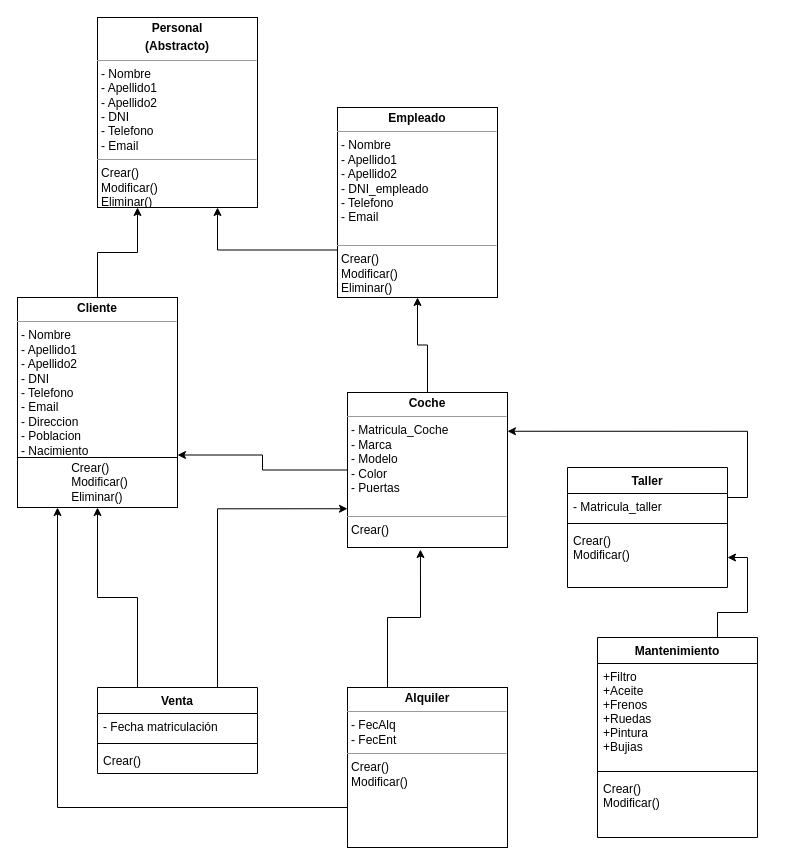
The draw.io diagram Diagrama de caso de uso/Diagrama de Clases.drawio in ProyectoIntegrado/Proyecto, before the edit. Source tidied: cells renumbered, new cells numbered last; positions are measured from the earlier drawing's top-left corner, leaving out a move shared by most shapes. Both pictures are drawn from the tidied source at 100%, with x=0, y=0 at pixel (17, 17).
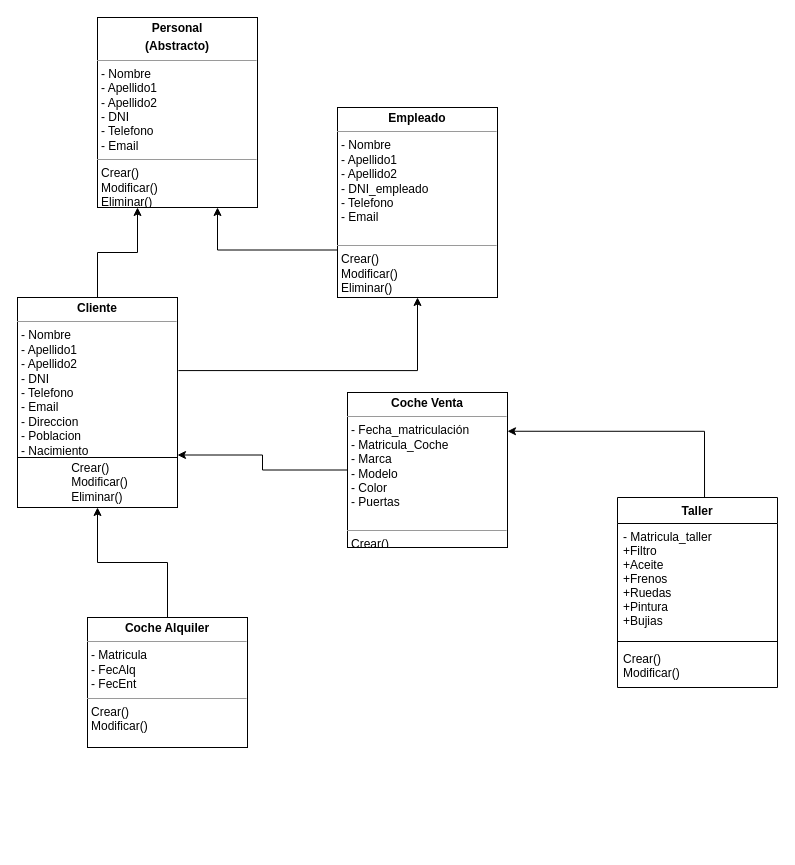
Above is the later version.

Unchanged cells that the change refers to:
```xml
<mxCell id="4" value="&lt;p style=&quot;margin: 4px 0px 0px ; text-align: center&quot;&gt;&lt;b&gt;Empleado&lt;/b&gt;&lt;br&gt;&lt;/p&gt;&lt;hr size=&quot;1&quot;&gt;&lt;p style=&quot;margin: 0px 0px 0px 4px&quot;&gt;- Nombre&lt;br&gt;&lt;/p&gt;&lt;p style=&quot;margin: 0px 0px 0px 4px&quot;&gt;- Apellido1&lt;/p&gt;&lt;p style=&quot;margin: 0px 0px 0px 4px&quot;&gt;- Apellido2&lt;/p&gt;&lt;p style=&quot;margin: 0px 0px 0px 4px&quot;&gt;- DNI_empleado&lt;/p&gt;&lt;p style=&quot;margin: 0px 0px 0px 4px&quot;&gt;- Telefono&lt;/p&gt;&lt;p style=&quot;margin: 0px 0px 0px 4px&quot;&gt;- Email&lt;/p&gt;&lt;p style=&quot;margin: 0px 0px 0px 4px&quot;&gt;&lt;br&gt;&lt;/p&gt;&lt;hr size=&quot;1&quot;&gt;&lt;p style=&quot;margin: 0px 0px 0px 4px&quot;&gt;Crear()&lt;/p&gt;&lt;p style=&quot;margin: 0px 0px 0px 4px&quot;&gt;Modificar()&lt;/p&gt;&lt;p style=&quot;margin: 0px 0px 0px 4px&quot;&gt;Eliminar()&lt;/p&gt;" style="verticalAlign=top;align=left;overflow=fill;fontSize=12;fontFamily=Helvetica;html=1;" parent="1" vertex="1">
  <mxGeometry x="320" y="90" width="160" height="190" as="geometry" />
</mxCell>
<mxCell id="6" value="&lt;p style=&quot;margin: 4px 0px 0px ; text-align: center&quot;&gt;&lt;b&gt;Cliente&lt;/b&gt;&lt;/p&gt;&lt;hr size=&quot;1&quot;&gt;&lt;p style=&quot;margin: 0px 0px 0px 4px&quot;&gt;- Nombre&lt;br&gt;&lt;/p&gt;&lt;p style=&quot;margin: 0px 0px 0px 4px&quot;&gt;- Apellido1&lt;/p&gt;&lt;p style=&quot;margin: 0px 0px 0px 4px&quot;&gt;- Apellido2&lt;/p&gt;&lt;p style=&quot;margin: 0px 0px 0px 4px&quot;&gt;- DNI&lt;/p&gt;&lt;p style=&quot;margin: 0px 0px 0px 4px&quot;&gt;- Telefono&lt;/p&gt;&lt;p style=&quot;margin: 0px 0px 0px 4px&quot;&gt;- Email&lt;/p&gt;&lt;p style=&quot;margin: 0px 0px 0px 4px&quot;&gt;- Direccion&lt;br&gt;&lt;/p&gt;&lt;p style=&quot;margin: 0px 0px 0px 4px&quot;&gt;- Poblacion&lt;br&gt;&lt;/p&gt;&lt;p style=&quot;margin: 0px 0px 0px 4px&quot;&gt;- Nacimiento&lt;br&gt;&lt;/p&gt;" style="verticalAlign=top;align=left;overflow=fill;fontSize=12;fontFamily=Helvetica;html=1;" parent="1" vertex="1">
  <mxGeometry y="280" width="160" height="210" as="geometry" />
</mxCell>
```

The edit, as a diff of the source:
```diff
@@
-    <mxCell id="8" style="edgeStyle=orthogonalEdgeStyle;rounded=0;jettySize=auto;html=1;entryX=0.5;entryY=1;entryDx=0;entryDy=0;" parent="1" edge="1" source="9" target="4">
+    <mxCell id="8" style="edgeStyle=orthogonalEdgeStyle;rounded=0;jettySize=auto;html=1;entryX=0.5;entryY=1;entryDx=0;entryDy=0;exitX=1.006;exitY=0.348;exitDx=0;exitDy=0;exitPerimeter=0;" parent="1" edge="1" source="6" target="4">
       <mxGeometry relative="1" as="geometry" />
     </mxCell>
-    <mxCell id="9" value="&lt;p style=&quot;margin: 4px 0px 0px ; text-align: center&quot;&gt;&lt;b&gt;Coche&lt;/b&gt;&lt;br&gt;&lt;/p&gt;&lt;hr size=&quot;1&quot;&gt;&lt;p style=&quot;margin: 0px 0px 0px 4px&quot;&gt;- Matricula_Coche&lt;br&gt;&lt;/p&gt;&lt;p style=&quot;margin: 0px 0px 0px 4px&quot;&gt;- Marca&lt;/p&gt;&lt;p style=&quot;margin: 0px 0px 0px 4px&quot;&gt;- Modelo&lt;/p&gt;&lt;p style=&quot;margin: 0px 0px 0px 4px&quot;&gt;- Color&lt;/p&gt;&lt;p style=&quot;margin: 0px 0px 0px 4px&quot;&gt;- Puertas&lt;/p&gt;&lt;p style=&quot;margin: 0px 0px 0px 4px&quot;&gt;&lt;br&gt;&lt;/p&gt;&lt;hr size=&quot;1&quot;&gt;&lt;p style=&quot;margin: 0px 0px 0px 4px&quot;&gt;Crear()&lt;/p&gt;&lt;p style=&quot;margin: 0px 0px 0px 4px&quot;&gt;&lt;br&gt;&lt;/p&gt;&lt;p style=&quot;margin: 0px 0px 0px 4px&quot;&gt;&lt;br&gt;&lt;/p&gt;" style="verticalAlign=top;align=left;overflow=fill;fontSize=12;fontFamily=Helvetica;html=1;" parent="1" vertex="1">
+    <mxCell id="9" value="&lt;p style=&quot;margin: 4px 0px 0px ; text-align: center&quot;&gt;&lt;b&gt;Coche Venta&lt;/b&gt;&lt;br&gt;&lt;/p&gt;&lt;hr size=&quot;1&quot;&gt;&lt;p style=&quot;margin: 0px 0px 0px 4px&quot;&gt;- Fecha_matriculación&lt;/p&gt;&lt;p style=&quot;margin: 0px 0px 0px 4px&quot;&gt;- Matricula_Coche&lt;br&gt;&lt;/p&gt;&lt;p style=&quot;margin: 0px 0px 0px 4px&quot;&gt;- Marca&lt;/p&gt;&lt;p style=&quot;margin: 0px 0px 0px 4px&quot;&gt;- Modelo&lt;/p&gt;&lt;p style=&quot;margin: 0px 0px 0px 4px&quot;&gt;- Color&lt;/p&gt;&lt;p style=&quot;margin: 0px 0px 0px 4px&quot;&gt;- Puertas&lt;/p&gt;&lt;p style=&quot;margin: 0px 0px 0px 4px&quot;&gt;&lt;br&gt;&lt;/p&gt;&lt;hr size=&quot;1&quot;&gt;&lt;p style=&quot;margin: 0px 0px 0px 4px&quot;&gt;Crear()&lt;/p&gt;&lt;p style=&quot;margin: 0px 0px 0px 4px&quot;&gt;&lt;br&gt;&lt;/p&gt;&lt;p style=&quot;margin: 0px 0px 0px 4px&quot;&gt;&lt;br&gt;&lt;/p&gt;" style="verticalAlign=top;align=left;overflow=fill;fontSize=12;fontFamily=Helvetica;html=1;" parent="1" vertex="1">
       <mxGeometry x="330" y="375" width="160" height="155" as="geometry" />
     </mxCell>
-    <mxCell id="10" style="edgeStyle=orthogonalEdgeStyle;rounded=0;jettySize=auto;html=1;exitX=0;exitY=0.75;exitDx=0;exitDy=0;entryX=0.25;entryY=1;entryDx=0;entryDy=0;" parent="1" edge="1" source="12" target="6">
-      <mxGeometry relative="1" as="geometry" />
-    </mxCell>
-    <mxCell id="11" style="edgeStyle=orthogonalEdgeStyle;rounded=0;jettySize=auto;html=1;exitX=0.25;exitY=0;exitDx=0;exitDy=0;entryX=0.456;entryY=1.013;entryDx=0;entryDy=0;entryPerimeter=0;" parent="1" edge="1" source="12" target="9">
-      <mxGeometry relative="1" as="geometry" />
-    </mxCell>
-    <mxCell id="12" value="&lt;p style=&quot;margin: 4px 0px 0px ; text-align: center&quot;&gt;&lt;b&gt;Alquiler&lt;/b&gt;&lt;br&gt;&lt;/p&gt;&lt;hr size=&quot;1&quot;&gt;&lt;p style=&quot;margin: 0px 0px 0px 4px&quot;&gt;&lt;span&gt;- FecAlq&lt;/span&gt;&lt;br&gt;&lt;/p&gt;&lt;p style=&quot;margin: 0px 0px 0px 4px&quot;&gt;- FecEnt&lt;br&gt;&lt;/p&gt;&lt;hr size=&quot;1&quot;&gt;&lt;p style=&quot;margin: 0px 0px 0px 4px&quot;&gt;Crear()&lt;/p&gt;&lt;p style=&quot;margin: 0px 0px 0px 4px&quot;&gt;Modificar()&lt;/p&gt;&lt;p style=&quot;margin: 0px 0px 0px 4px&quot;&gt;&lt;br&gt;&lt;/p&gt;" style="verticalAlign=top;align=left;overflow=fill;fontSize=12;fontFamily=Helvetica;html=1;" parent="1" vertex="1">
-      <mxGeometry x="330" y="670" width="160" height="160" as="geometry" />
+    <mxCell id="12" value="&lt;p style=&quot;margin: 4px 0px 0px ; text-align: center&quot;&gt;&lt;b&gt;Coche Alquiler&lt;/b&gt;&lt;br&gt;&lt;/p&gt;&lt;hr size=&quot;1&quot;&gt;&lt;p style=&quot;margin: 0px 0px 0px 4px&quot;&gt;&lt;span&gt;- Matricula&lt;/span&gt;&lt;/p&gt;&lt;p style=&quot;margin: 0px 0px 0px 4px&quot;&gt;&lt;span&gt;- FecAlq&lt;/span&gt;&lt;br&gt;&lt;/p&gt;&lt;p style=&quot;margin: 0px 0px 0px 4px&quot;&gt;- FecEnt&lt;br&gt;&lt;/p&gt;&lt;hr size=&quot;1&quot;&gt;&lt;p style=&quot;margin: 0px 0px 0px 4px&quot;&gt;Crear()&lt;/p&gt;&lt;p style=&quot;margin: 0px 0px 0px 4px&quot;&gt;Modificar()&lt;/p&gt;&lt;p style=&quot;margin: 0px 0px 0px 4px&quot;&gt;&lt;br&gt;&lt;/p&gt;" style="verticalAlign=top;align=left;overflow=fill;fontSize=12;fontFamily=Helvetica;html=1;" parent="1" vertex="1">
+      <mxGeometry x="70" y="600" width="160" height="130" as="geometry" />
     </mxCell>
-    <mxCell id="13" style="edgeStyle=orthogonalEdgeStyle;rounded=0;jettySize=auto;html=1;exitX=1;exitY=0.25;exitDx=0;exitDy=0;entryX=1;entryY=0.25;entryDx=0;entryDy=0;" parent="1" edge="1" source="20" target="9">
+    <mxCell id="13" style="edgeStyle=orthogonalEdgeStyle;rounded=0;jettySize=auto;html=1;exitX=0.544;exitY=0;exitDx=0;exitDy=0;entryX=1;entryY=0.25;entryDx=0;entryDy=0;exitPerimeter=0;" parent="1" edge="1" source="20" target="9">
       <mxGeometry relative="1" as="geometry" />
     </mxCell>
-    <mxCell id="14" style="edgeStyle=orthogonalEdgeStyle;rounded=0;jettySize=auto;html=1;exitX=0.25;exitY=0;exitDx=0;exitDy=0;" parent="1" edge="1" source="16" target="6">
+    <mxCell id="14" style="edgeStyle=orthogonalEdgeStyle;rounded=0;jettySize=auto;html=1;exitX=0.5;exitY=0;exitDx=0;exitDy=0;" parent="1" edge="1" source="12" target="6">
       <mxGeometry relative="1" as="geometry" />
     </mxCell>
-    <mxCell id="15" style="edgeStyle=orthogonalEdgeStyle;rounded=0;jettySize=auto;html=1;exitX=0.75;exitY=0;exitDx=0;exitDy=0;entryX=0;entryY=0.75;entryDx=0;entryDy=0;" parent="1" edge="1" source="16" target="9">
-      <mxGeometry relative="1" as="geometry" />
-    </mxCell>
-    <mxCell id="16" value="Venta" style="swimlane;fontStyle=1;align=center;verticalAlign=top;horizontal=1;startSize=26;" parent="1" vertex="1">
-      <mxGeometry x="80" y="670" width="160" height="86" as="geometry" />
-    </mxCell>
-    <mxCell id="17" value="- Fecha matriculación" style="text;strokeColor=none;fillColor=none;align=left;verticalAlign=top;spacingLeft=4;spacingRight=4;overflow=hidden;" parent="16" vertex="1">
-      <mxGeometry y="26" width="160" height="26" as="geometry" />
-    </mxCell>
-    <mxCell id="18" style="line;strokeWidth=1;fillColor=none;align=left;verticalAlign=middle;spacingTop=-1;spacingLeft=3;spacingRight=3;labelPosition=right;" parent="16" vertex="1">
-      <mxGeometry y="52" width="160" height="8" as="geometry" />
-    </mxCell>
-    <mxCell id="19" value="Crear()&#10;" style="text;strokeColor=none;fillColor=none;align=left;verticalAlign=top;spacingLeft=4;spacingRight=4;overflow=hidden;" parent="16" vertex="1">
-      <mxGeometry y="60" width="160" height="26" as="geometry" />
-    </mxCell>
+    <mxCell id="29" value="&lt;p style=&quot;text-align: left ; margin: 0px 0px 0px 4px&quot;&gt;Crear()&lt;/p&gt;&lt;p style=&quot;text-align: left ; margin: 0px 0px 0px 4px&quot;&gt;Modificar()&lt;/p&gt;&lt;p style=&quot;text-align: left ; margin: 0px 0px 0px 4px&quot;&gt;Eliminar()&lt;/p&gt;" style="html=1;" parent="1" vertex="1">
+      <mxGeometry y="440" width="160" height="50" as="geometry" />
+    </mxCell>
     <mxCell id="20" value="Taller" style="swimlane;fontStyle=1;align=center;verticalAlign=top;horizontal=1;startSize=26;" parent="1" vertex="1">
-      <mxGeometry x="550" y="450" width="160" height="120" as="geometry" />
+      <mxGeometry x="600" y="480" width="160" height="190" as="geometry" />
     </mxCell>
-    <mxCell id="21" value="- Matricula_taller" style="text;strokeColor=none;fillColor=none;align=left;verticalAlign=top;spacingLeft=4;spacingRight=4;overflow=hidden;" parent="20" vertex="1">
-      <mxGeometry y="26" width="160" height="26" as="geometry" />
-    </mxCell>
-    <mxCell id="22" style="line;strokeWidth=1;fillColor=none;align=left;verticalAlign=middle;spacingTop=-1;spacingLeft=3;spacingRight=3;labelPosition=right;" parent="20" vertex="1">
-      <mxGeometry y="52" width="160" height="8" as="geometry" />
-    </mxCell>
-    <mxCell id="23" value="Crear()&#10;Modificar()&#10;" style="text;strokeColor=none;fillColor=none;align=left;verticalAlign=top;spacingLeft=4;spacingRight=4;overflow=hidden;points=[[0,0.5],[1,0.5]];portConstraint=eastwest;" parent="20" vertex="1">
-      <mxGeometry y="60" width="160" height="60" as="geometry" />
-    </mxCell>
-    <mxCell id="24" style="edgeStyle=orthogonalEdgeStyle;rounded=0;jettySize=auto;html=1;exitX=0.75;exitY=0;exitDx=0;exitDy=0;entryX=1;entryY=0.5;entryDx=0;entryDy=0;" parent="1" edge="1" source="25" target="23">
-      <mxGeometry relative="1" as="geometry" />
-    </mxCell>
-    <mxCell id="25" value="Mantenimiento" style="swimlane;fontStyle=1;align=center;verticalAlign=top;horizontal=1;startSize=26;" parent="1" vertex="1">
-      <mxGeometry x="580" y="620" width="160" height="200" as="geometry" />
-    </mxCell>
-    <mxCell id="26" value="+Filtro&#10;+Aceite&#10;+Frenos&#10;+Ruedas&#10;+Pintura&#10;+Bujias" style="text;strokeColor=none;fillColor=none;align=left;verticalAlign=top;spacingLeft=4;spacingRight=4;overflow=hidden;" parent="25" vertex="1">
-      <mxGeometry y="26" width="160" height="104" as="geometry" />
-    </mxCell>
-    <mxCell id="27" style="line;strokeWidth=1;fillColor=none;align=left;verticalAlign=middle;spacingTop=-1;spacingLeft=3;spacingRight=3;labelPosition=right;" parent="25" vertex="1">
-      <mxGeometry y="130" width="160" height="8" as="geometry" />
-    </mxCell>
-    <mxCell id="28" value="Crear()&#10;Modificar()&#10;" style="text;strokeColor=none;fillColor=none;align=left;verticalAlign=top;spacingLeft=4;spacingRight=4;overflow=hidden;" parent="25" vertex="1">
-      <mxGeometry y="138" width="160" height="62" as="geometry" />
-    </mxCell>
-    <mxCell id="29" value="&lt;p style=&quot;text-align: left ; margin: 0px 0px 0px 4px&quot;&gt;Crear()&lt;/p&gt;&lt;p style=&quot;text-align: left ; margin: 0px 0px 0px 4px&quot;&gt;Modificar()&lt;/p&gt;&lt;p style=&quot;text-align: left ; margin: 0px 0px 0px 4px&quot;&gt;Eliminar()&lt;/p&gt;" style="html=1;" parent="1" vertex="1">
-      <mxGeometry y="440" width="160" height="50" as="geometry" />
-    </mxCell>
+    <mxCell id="30" value="- Matricula_taller&#10;+Filtro&#10;+Aceite&#10;+Frenos&#10;+Ruedas&#10;+Pintura&#10;+Bujias" style="text;strokeColor=none;fillColor=none;align=left;verticalAlign=top;spacingLeft=4;spacingRight=4;overflow=hidden;" parent="20" vertex="1">
+      <mxGeometry y="26" width="160" height="114" as="geometry" />
+    </mxCell>
+    <mxCell id="31" style="line;strokeWidth=1;fillColor=none;align=left;verticalAlign=middle;spacingTop=-1;spacingLeft=3;spacingRight=3;labelPosition=right;" parent="20" vertex="1">
+      <mxGeometry y="140" width="160" height="8" as="geometry" />
+    </mxCell>
+    <mxCell id="32" value="Crear()&#10;Modificar()&#10;" style="text;strokeColor=none;fillColor=none;align=left;verticalAlign=top;spacingLeft=4;spacingRight=4;overflow=hidden;" parent="20" vertex="1">
+      <mxGeometry y="148" width="160" height="42" as="geometry" />
+    </mxCell>
```
